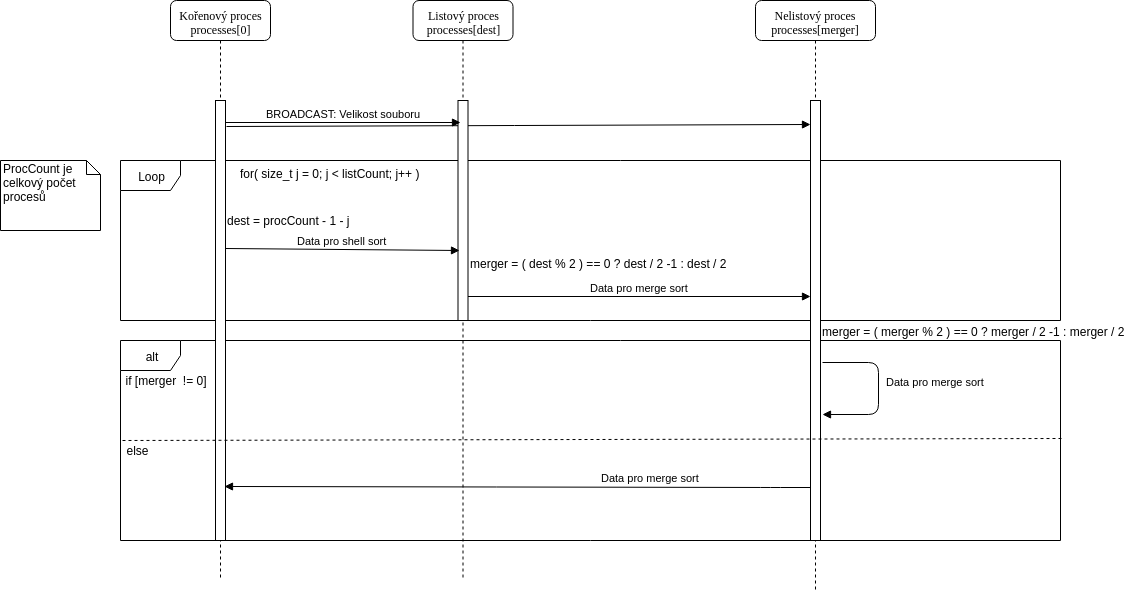
Above: proj1/doc/sequenceDiagram.png in tehryn/PRL (draw.io), before the change. Source tidied: cells renumbered, new cells last; positions are measured from the earlier drawing's top-left corner, leaving out a move shared by most shapes. The source it was exported from:
```xml
<mxGraphModel background="#ffffff">
  <root>
    <mxCell id="0" />
    <mxCell id="1" parent="0" />
    <mxCell id="2" value="alt" style="shape=umlFrame;whiteSpace=wrap;html=1;" parent="1" vertex="1">
      <mxGeometry x="120" y="340" width="940" height="200" as="geometry" />
    </mxCell>
    <mxCell id="3" style="html=1;verticalAlign=bottom;endArrow=block;exitX=1.112;exitY=0.059;exitDx=0;exitDy=0;exitPerimeter=0;entryX=0.013;entryY=0.054;entryDx=0;entryDy=0;entryPerimeter=0;" parent="1" edge="1" source="11" target="8">
      <mxGeometry x="-0.36" y="-60" relative="1" as="geometry">
        <mxPoint x="-60" y="-60" as="offset" />
      </mxGeometry>
    </mxCell>
    <mxCell id="4" value="Loop&lt;br&gt;" style="shape=umlFrame;whiteSpace=wrap;html=1;" parent="1" vertex="1">
      <mxGeometry x="120" y="160" width="940" height="160" as="geometry" />
    </mxCell>
    <mxCell id="5" value="Listový proces&lt;br&gt;processes[dest]&lt;br&gt;" style="shape=umlLifeline;perimeter=lifelinePerimeter;whiteSpace=wrap;html=1;rounded=1;shadow=0;comic=0;labelBackgroundColor=none;strokeColor=#000000;strokeWidth=1;fillColor=#FFFFFF;fontFamily=Verdana;fontSize=12;fontColor=#000000;align=center;" parent="1" vertex="1">
      <mxGeometry x="412.5" width="100" height="580" as="geometry" />
    </mxCell>
    <mxCell id="6" style="html=1;points=[];perimeter=orthogonalPerimeter;rounded=0;shadow=0;comic=0;labelBackgroundColor=none;strokeColor=#000000;strokeWidth=1;fillColor=#FFFFFF;fontFamily=Verdana;fontSize=12;fontColor=#000000;align=center;" parent="5" vertex="1">
      <mxGeometry x="45" y="100" width="10" height="220" as="geometry" />
    </mxCell>
    <mxCell id="7" value="Nelistový proces&lt;br&gt;processes[merger]&lt;br&gt;" style="shape=umlLifeline;perimeter=lifelinePerimeter;whiteSpace=wrap;html=1;rounded=1;shadow=0;comic=0;labelBackgroundColor=none;strokeColor=#000000;strokeWidth=1;fillColor=#FFFFFF;fontFamily=Verdana;fontSize=12;fontColor=#000000;align=center;" parent="1" vertex="1">
      <mxGeometry x="755" width="120" height="590" as="geometry" />
    </mxCell>
    <mxCell id="8" style="html=1;points=[];perimeter=orthogonalPerimeter;rounded=0;shadow=0;comic=0;labelBackgroundColor=none;strokeColor=#000000;strokeWidth=1;fillColor=#FFFFFF;fontFamily=Verdana;fontSize=12;fontColor=#000000;align=center;" parent="7" vertex="1">
      <mxGeometry x="55" y="100" width="10" height="440" as="geometry" />
    </mxCell>
    <mxCell id="9" value="Data pro merge sort&lt;br&gt;" style="html=1;verticalAlign=bottom;endArrow=block;entryX=0.947;entryY=0.748;entryDx=0;entryDy=0;entryPerimeter=0;exitX=0.947;exitY=0.623;exitDx=0;exitDy=0;exitPerimeter=0;" parent="7" edge="1">
      <mxGeometry x="0.32" y="-62" relative="1" as="geometry">
        <mxPoint x="67" y="362" as="sourcePoint" />
        <mxPoint x="67" y="414" as="targetPoint" />
        <Array as="points">
          <mxPoint x="123" y="362" />
          <mxPoint x="123" y="414" />
        </Array>
        <mxPoint x="57" y="38" as="offset" />
      </mxGeometry>
    </mxCell>
    <mxCell id="10" value="Kořenový proces&lt;br&gt;processes[0]&lt;br&gt;" style="shape=umlLifeline;perimeter=lifelinePerimeter;whiteSpace=wrap;html=1;rounded=1;shadow=0;comic=0;labelBackgroundColor=none;strokeColor=#000000;strokeWidth=1;fillColor=#FFFFFF;fontFamily=Verdana;fontSize=12;fontColor=#000000;align=center;" parent="1" vertex="1">
      <mxGeometry x="170" width="100" height="580" as="geometry" />
    </mxCell>
    <mxCell id="11" style="html=1;points=[];perimeter=orthogonalPerimeter;rounded=0;shadow=0;comic=0;labelBackgroundColor=none;strokeColor=#000000;strokeWidth=1;fillColor=#FFFFFF;fontFamily=Verdana;fontSize=12;fontColor=#000000;align=center;" parent="10" vertex="1">
      <mxGeometry x="45" y="100" width="10" height="440" as="geometry" />
    </mxCell>
    <mxCell id="12" value="BROADCAST: Velikost souboru&lt;br&gt;" style="html=1;verticalAlign=bottom;endArrow=block;" parent="1" edge="1">
      <mxGeometry relative="1" as="geometry">
        <mxPoint x="225" y="122" as="sourcePoint" />
        <mxPoint x="460" y="122" as="targetPoint" />
      </mxGeometry>
    </mxCell>
    <mxCell id="13" value="for( size_t j = 0; j &amp;lt; listCount; j++ )" style="text;html=1;" parent="1" vertex="1">
      <mxGeometry x="237.5" y="160" width="220" height="30" as="geometry" />
    </mxCell>
    <mxCell id="14" value="Data pro shell sort&lt;br&gt;" style="html=1;verticalAlign=bottom;endArrow=block;entryX=0.116;entryY=0.681;entryDx=0;entryDy=0;entryPerimeter=0;exitX=0.984;exitY=0.337;exitDx=0;exitDy=0;exitPerimeter=0;" parent="1" edge="1" source="11" target="6">
      <mxGeometry relative="1" as="geometry" />
    </mxCell>
    <mxCell id="15" value="dest = procCount - 1 - j&lt;br&gt;" style="text;html=1;" parent="1" vertex="1">
      <mxGeometry x="225" y="207" width="80" height="30" as="geometry" />
    </mxCell>
    <mxCell id="16" value="merger = ( dest % 2 ) == 0 ? dest / 2 -1 : dest / 2" style="text;html=1;" parent="1" vertex="1">
      <mxGeometry x="467.5" y="250" width="260" height="30" as="geometry" />
    </mxCell>
    <mxCell id="17" value="Data pro merge sort&lt;br&gt;" style="html=1;verticalAlign=bottom;endArrow=block;" parent="1" edge="1" source="6">
      <mxGeometry relative="1" as="geometry">
        <mxPoint x="810" y="296" as="targetPoint" />
      </mxGeometry>
    </mxCell>
    <mxCell id="18" value="merger = ( merger % 2 ) == 0 ? merger / 2 -1 : merger / 2" style="text;html=1;" parent="1" vertex="1">
      <mxGeometry x="820" y="318" width="310" height="30" as="geometry" />
    </mxCell>
    <mxCell id="19" style="endArrow=none;dashed=1;html=1;exitX=0.002;exitY=0.499;exitDx=0;exitDy=0;exitPerimeter=0;entryX=1.004;entryY=0.49;entryDx=0;entryDy=0;entryPerimeter=0;" parent="1" edge="1" source="2" target="2">
      <mxGeometry relative="1" as="geometry" />
    </mxCell>
    <mxCell id="20" value="if [merger&amp;nbsp; != 0]" style="text;html=1;strokeColor=none;fillColor=none;align=center;verticalAlign=middle;whiteSpace=wrap;rounded=0;" parent="1" vertex="1">
      <mxGeometry x="120" y="370" width="90" height="20" as="geometry" />
    </mxCell>
    <mxCell id="21" value="else" style="text;html=1;strokeColor=none;fillColor=none;align=center;verticalAlign=middle;whiteSpace=wrap;rounded=0;" parent="1" vertex="1">
      <mxGeometry x="124" y="440" width="25" height="20" as="geometry" />
    </mxCell>
    <mxCell id="22" value="Data pro merge sort&lt;br&gt;" style="html=1;verticalAlign=bottom;endArrow=block;entryX=0.947;entryY=0.878;entryDx=0;entryDy=0;entryPerimeter=0;" parent="1" edge="1" source="8" target="11">
      <mxGeometry x="-0.45" y="-1" relative="1" as="geometry">
        <Array as="points">
          <mxPoint x="770" y="487" />
        </Array>
      </mxGeometry>
    </mxCell>
    <mxCell id="23" value="ProcCount je celkový počet procesů" style="shape=note;whiteSpace=wrap;html=1;size=14;verticalAlign=top;align=left;spacingTop=-6;" parent="1" vertex="1">
      <mxGeometry y="160" width="100" height="70" as="geometry" />
    </mxCell>
  </root>
</mxGraphModel>
```
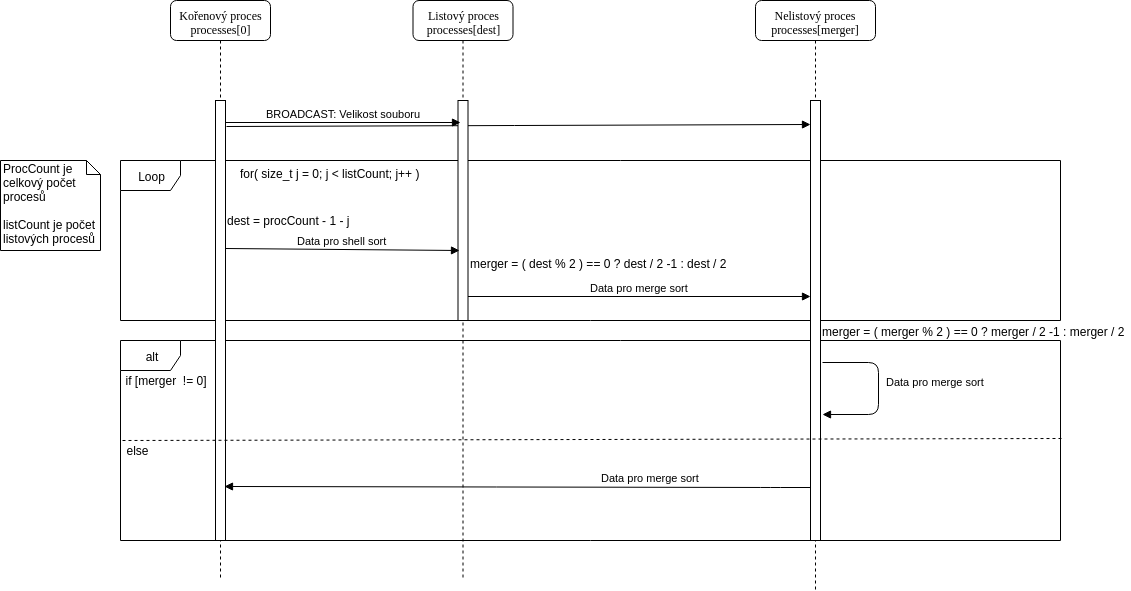
Above is the later version.

Diff of the diagram source:
```diff
@@ -84,8 +84,8 @@
         </Array>
       </mxGeometry>
     </mxCell>
-    <mxCell id="23" value="ProcCount je celkový počet procesů" style="shape=note;whiteSpace=wrap;html=1;size=14;verticalAlign=top;align=left;spacingTop=-6;" parent="1" vertex="1">
-      <mxGeometry y="160" width="100" height="70" as="geometry" />
+    <mxCell id="23" value="ProcCount je celkový počet procesů&lt;br&gt;&lt;br&gt;listCount je počet listových procesů&lt;br&gt;" style="shape=note;whiteSpace=wrap;html=1;size=14;verticalAlign=top;align=left;spacingTop=-6;" parent="1" vertex="1">
+      <mxGeometry y="160" width="100" height="90" as="geometry" />
     </mxCell>
   </root>
 </mxGraphModel>
```
